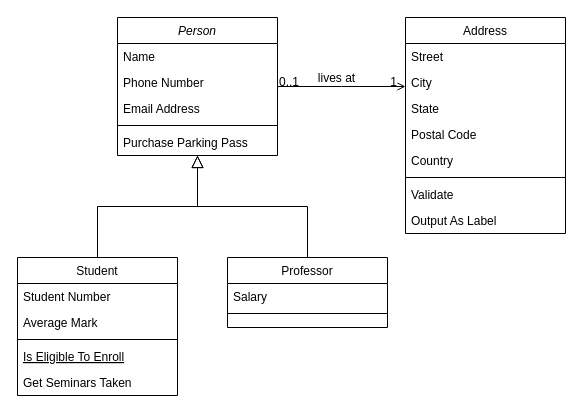
Above: Diagrama sin título.drawio in Yabhier/CodingDojo (draw.io), before the change. Source tidied: cells renumbered, new cells numbered last; positions are measured from the earlier drawing's top-left corner, leaving out a move shared by most shapes. Both pictures are drawn from the tidied source at 100%, with x=0, y=0 at pixel (17, 17).
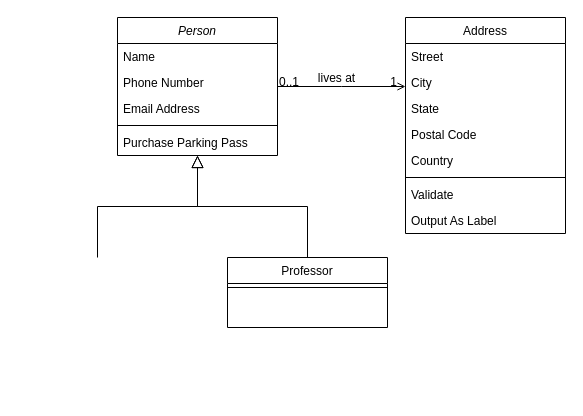
The same diagram, later.

The change refers to these unchanged cells:
```xml
<mxCell id="2" value="Person" style="swimlane;fontStyle=2;align=center;verticalAlign=top;horizontal=1;startSize=26;rounded=0;shadow=0;strokeWidth=1;" parent="1" vertex="1">
  <mxGeometry x="100" width="160" height="138" as="geometry" />
</mxCell>
<mxCell id="15" value="Professor" style="swimlane;fontStyle=0;align=center;verticalAlign=top;horizontal=1;startSize=26;rounded=0;shadow=0;strokeWidth=1;" parent="1" vertex="1">
  <mxGeometry x="210" y="240" width="160" height="70" as="geometry" />
</mxCell>
```

The edit, as a diff of the source:
```diff
@@
-    <mxCell id="8" value="Student" style="swimlane;fontStyle=0;align=center;verticalAlign=top;horizontal=1;startSize=26;rounded=0;shadow=0;strokeWidth=1;" parent="1" vertex="1">
-      <mxGeometry y="240" width="160" height="138" as="geometry" />
-    </mxCell>
-    <mxCell id="9" value="Student Number" style="text;align=left;verticalAlign=top;spacingLeft=4;spacingRight=4;overflow=hidden;" parent="8" vertex="1">
-      <mxGeometry y="26" width="160" height="26" as="geometry" />
-    </mxCell>
-    <mxCell id="10" value="Average Mark" style="text;align=left;verticalAlign=top;spacingLeft=4;spacingRight=4;overflow=hidden;rounded=0;shadow=0;html=0;" parent="8" vertex="1">
-      <mxGeometry y="52" width="160" height="26" as="geometry" />
-    </mxCell>
-    <mxCell id="11" style="line;html=1;strokeWidth=1;align=left;verticalAlign=middle;spacingTop=-1;spacingLeft=3;spacingRight=3;labelPosition=right;" parent="8" vertex="1">
-      <mxGeometry y="78" width="160" height="8" as="geometry" />
-    </mxCell>
-    <mxCell id="12" value="Is Eligible To Enroll" style="text;align=left;verticalAlign=top;spacingLeft=4;spacingRight=4;overflow=hidden;fontStyle=4;" parent="8" vertex="1">
-      <mxGeometry y="86" width="160" height="26" as="geometry" />
-    </mxCell>
-    <mxCell id="13" value="Get Seminars Taken" style="text;align=left;verticalAlign=top;spacingLeft=4;spacingRight=4;overflow=hidden;" parent="8" vertex="1">
-      <mxGeometry y="112" width="160" height="26" as="geometry" />
-    </mxCell>
-    <mxCell id="14" style="endArrow=block;endSize=10;endFill=0;shadow=0;strokeWidth=1;rounded=0;edgeStyle=elbowEdgeStyle;elbow=vertical;" parent="1" edge="1" source="8" target="2">
-      <mxGeometry relative="1" as="geometry" />
+    <mxCell id="14" style="endArrow=block;endSize=10;endFill=0;shadow=0;strokeWidth=1;rounded=0;edgeStyle=elbowEdgeStyle;elbow=vertical;" parent="1" edge="1" target="2">
+      <mxGeometry relative="1" as="geometry">
+        <mxPoint x="80" y="240" as="sourcePoint" />
+      </mxGeometry>
     </mxCell>
@@
-    <mxCell id="16" value="Salary" style="text;align=left;verticalAlign=top;spacingLeft=4;spacingRight=4;overflow=hidden;" parent="15" vertex="1">
-      <mxGeometry y="26" width="160" height="26" as="geometry" />
-    </mxCell>
     <mxCell id="17" style="line;html=1;strokeWidth=1;align=left;verticalAlign=middle;spacingTop=-1;spacingLeft=3;spacingRight=3;labelPosition=right;" parent="15" vertex="1">
-      <mxGeometry y="52" width="160" height="8" as="geometry" />
+      <mxGeometry y="26" width="160" height="8" as="geometry" />
     </mxCell>
```
